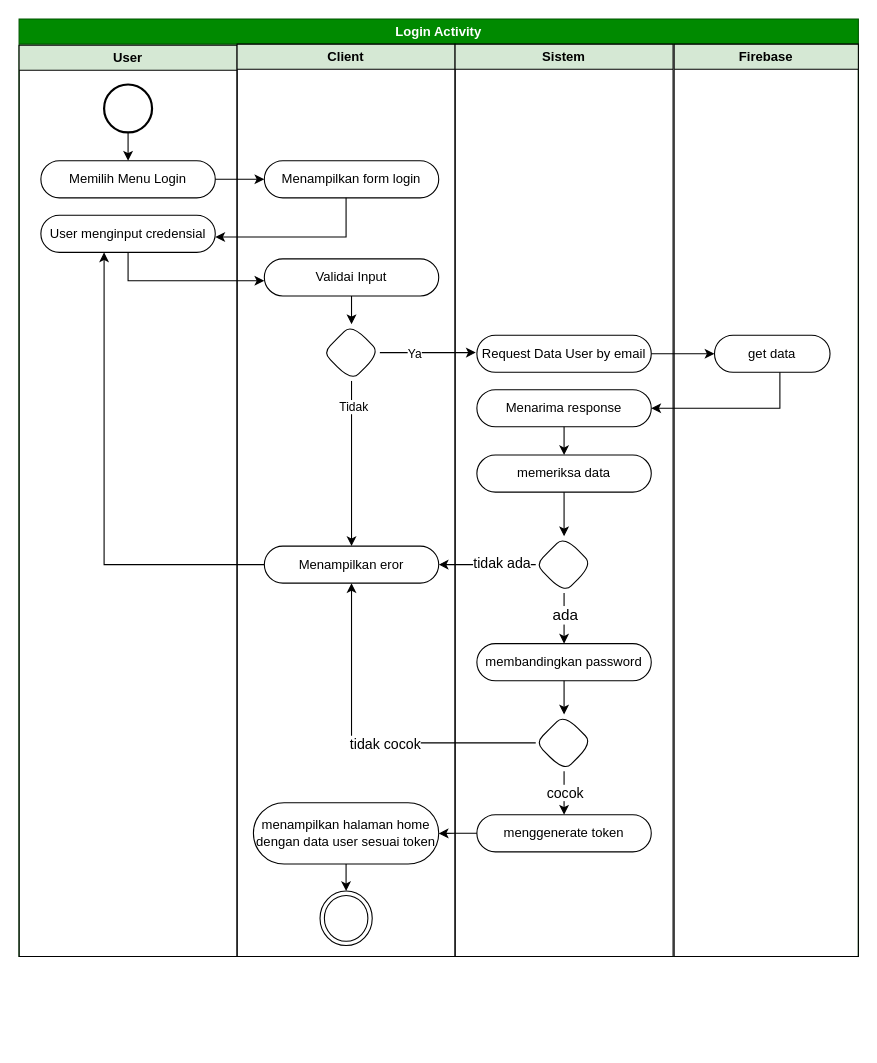
Earlier version of the draw.io diagram page "activity login" (12 of 18) of skrpsian.drawio (ThikerXCX/umltoko). Source tidied: cells renumbered, new cells numbered last; positions are measured from the earlier drawing's top-left corner, leaving out a move shared by most shapes. Both pictures are drawn from the tidied source at 109%, with x=0, y=0 at pixel (19, 19).
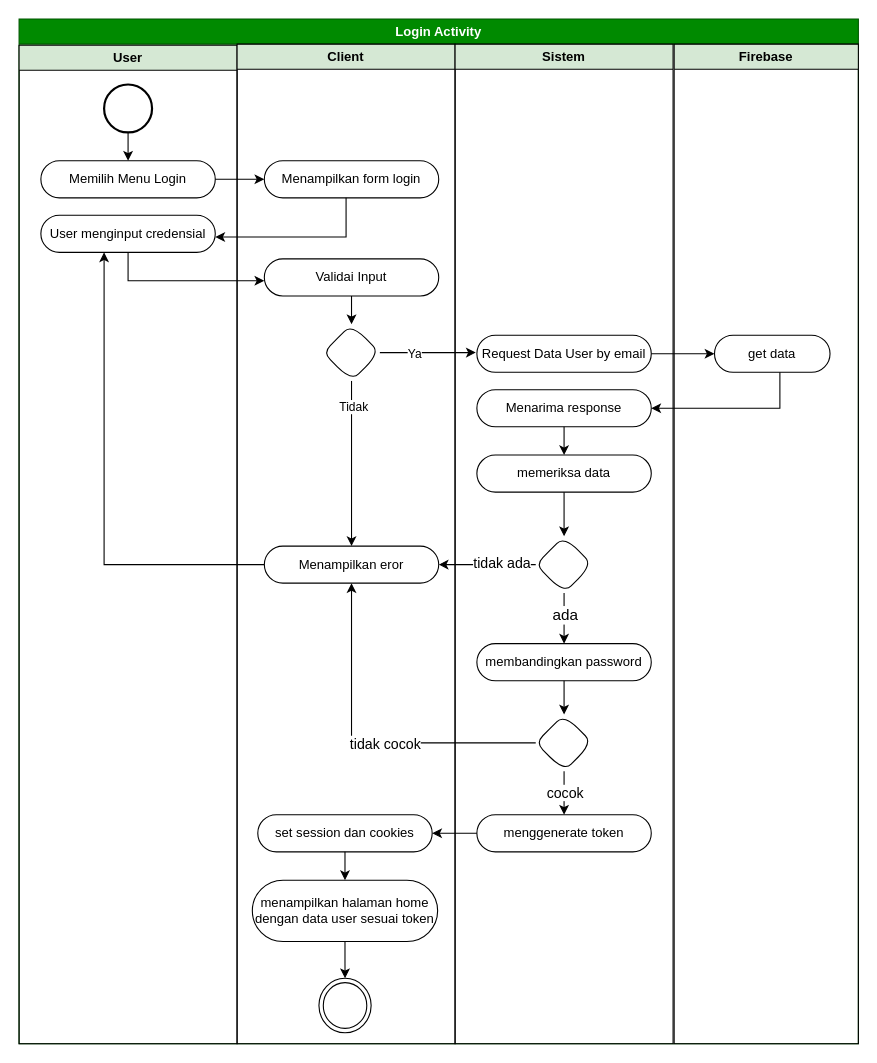
The same page after the edit.

The change refers to these unchanged cells:
```xml
<mxCell id="33" value="menggenerate token" style="rounded=1;whiteSpace=wrap;html=1;arcSize=50;fillColor=none;" parent="19" vertex="1">
  <mxGeometry x="20" y="707" width="160" height="34" as="geometry" />
</mxCell>
```

The edit, as a diff of the source:
```diff
@@
     <mxCell id="2" value="Login Activity" style="swimlane;whiteSpace=wrap;html=1;fillColor=#008a00;fontColor=#ffffff;strokeColor=#005700;" parent="1" vertex="1">
-      <mxGeometry width="770" height="860" as="geometry" />
+      <mxGeometry width="770" height="940" as="geometry" />
     </mxCell>
     <mxCell id="3" value="User" style="swimlane;whiteSpace=wrap;html=1;fillColor=#d5e8d4;strokeColor=#000000;" parent="2" vertex="1">
-      <mxGeometry y="24" width="200" height="836" as="geometry" />
+      <mxGeometry y="24" width="200" height="916" as="geometry" />
     </mxCell>
@@
     <mxCell id="8" value="Client" style="swimlane;whiteSpace=wrap;html=1;fillColor=#d5e8d4;startSize=23;strokeColor=#000000;" parent="2" vertex="1">
-      <mxGeometry x="200" y="23" width="200" height="837" as="geometry" />
+      <mxGeometry x="200" y="23" width="200" height="917" as="geometry" />
     </mxCell>
@@
-    <mxCell id="13" style="edgeStyle=orthogonalEdgeStyle;rounded=0;jettySize=auto;html=1;" parent="8" edge="1" source="14" target="15">
-      <mxGeometry relative="1" as="geometry" />
-    </mxCell>
     <mxCell id="14" value="menampilkan halaman home dengan data user sesuai token" style="rounded=1;whiteSpace=wrap;html=1;arcSize=50;fillColor=none;" parent="8" vertex="1">
-      <mxGeometry x="15" y="695.9" width="170" height="56.3" as="geometry" />
+      <mxGeometry x="14" y="767" width="170" height="56.3" as="geometry" />
     </mxCell>
-    <mxCell id="15" style="ellipse;html=1;shape=endState;fillColor=none;strokeColor=#000000;" parent="8" vertex="1">
-      <mxGeometry x="76.1" y="777" width="47.9" height="50" as="geometry" />
-    </mxCell>
@@
+    <mxCell id="49" style="edgeStyle=orthogonalEdgeStyle;rounded=0;jettySize=auto;html=1;" parent="8" edge="1" source="50" target="14">
+      <mxGeometry relative="1" as="geometry" />
+    </mxCell>
+    <mxCell id="50" value="set session dan cookies" style="rounded=1;whiteSpace=wrap;html=1;arcSize=50;fillColor=none;" parent="8" vertex="1">
+      <mxGeometry x="19" y="707" width="160" height="34" as="geometry" />
+    </mxCell>
     <mxCell id="19" value="Sistem" style="swimlane;whiteSpace=wrap;html=1;fillColor=#d5e8d4;startSize=23;strokeColor=#000000;" parent="2" vertex="1">
-      <mxGeometry x="400" y="23" width="200" height="837" as="geometry" />
+      <mxGeometry x="400" y="23" width="200" height="917" as="geometry" />
     </mxCell>
@@
     <mxCell id="34" value="Firebase" style="swimlane;whiteSpace=wrap;html=1;fillColor=#d5e8d4;strokeColor=#000000;" parent="2" vertex="1">
-      <mxGeometry x="601" y="23" width="169" height="837" as="geometry" />
+      <mxGeometry x="601" y="23" width="169" height="917" as="geometry" />
     </mxCell>
@@
-    <mxCell id="46" style="edgeStyle=orthogonalEdgeStyle;rounded=0;jettySize=auto;html=1;" parent="2" edge="1" source="33" target="14">
-      <mxGeometry relative="1" as="geometry" />
-    </mxCell>
@@
+    <mxCell id="51" style="edgeStyle=orthogonalEdgeStyle;rounded=0;jettySize=auto;html=1;" parent="2" edge="1" source="33" target="50">
+      <mxGeometry relative="1" as="geometry" />
+    </mxCell>
+    <mxCell id="15" style="ellipse;html=1;shape=endState;fillColor=none;strokeColor=#000000;" parent="1" vertex="1">
+      <mxGeometry x="275.1" y="880" width="47.9" height="50" as="geometry" />
+    </mxCell>
+    <mxCell id="13" style="edgeStyle=orthogonalEdgeStyle;rounded=0;jettySize=auto;html=1;" parent="1" edge="1" source="14" target="15">
+      <mxGeometry relative="1" as="geometry" />
+    </mxCell>
```
